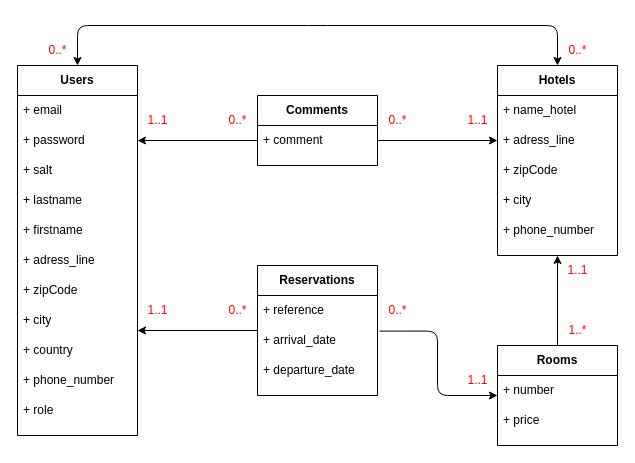
SebastienCANVILLE/backdreaminluxehotelnew keeps this draw.io diagram as Conception/diagrammeBaseDeDonnées.drawio. Above is the earlier version. Source tidied: cells renumbered, new cells numbered last; positions are measured from the earlier drawing's top-left corner, leaving out a move shared by most shapes. Both pictures are drawn from the tidied source at 100%, with x=0, y=0 at pixel (17, 25).
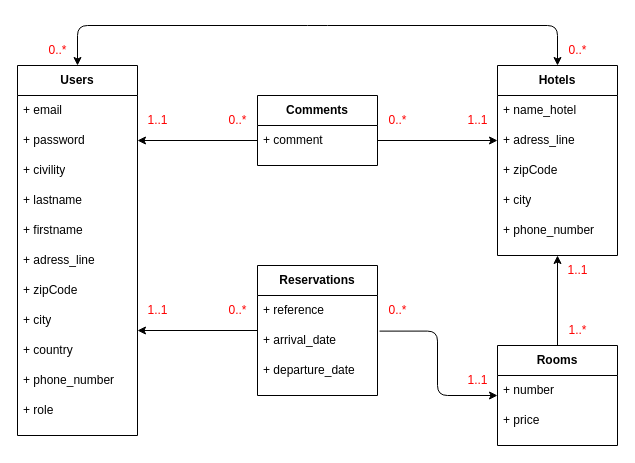
The same diagram, later.

Unchanged cells that the change refers to:
```xml
<mxCell id="2" value="Users" style="swimlane;whiteSpace=wrap;html=1;startSize=30;" parent="1" vertex="1">
  <mxGeometry y="40" width="120" height="370" as="geometry" />
</mxCell>
```

The edit, as a diff of the source:
```diff
@@
-    <mxCell id="12" value="+ salt" style="text;strokeColor=none;fillColor=none;align=left;verticalAlign=middle;spacingLeft=4;spacingRight=4;overflow=hidden;whiteSpace=wrap;html=1;" parent="2" vertex="1">
+    <mxCell id="12" value="+ civility" style="text;strokeColor=none;fillColor=none;align=left;verticalAlign=middle;spacingLeft=4;spacingRight=4;overflow=hidden;whiteSpace=wrap;html=1;" parent="2" vertex="1">
       <mxGeometry y="90" width="120" height="30" as="geometry" />
     </mxCell>
```
